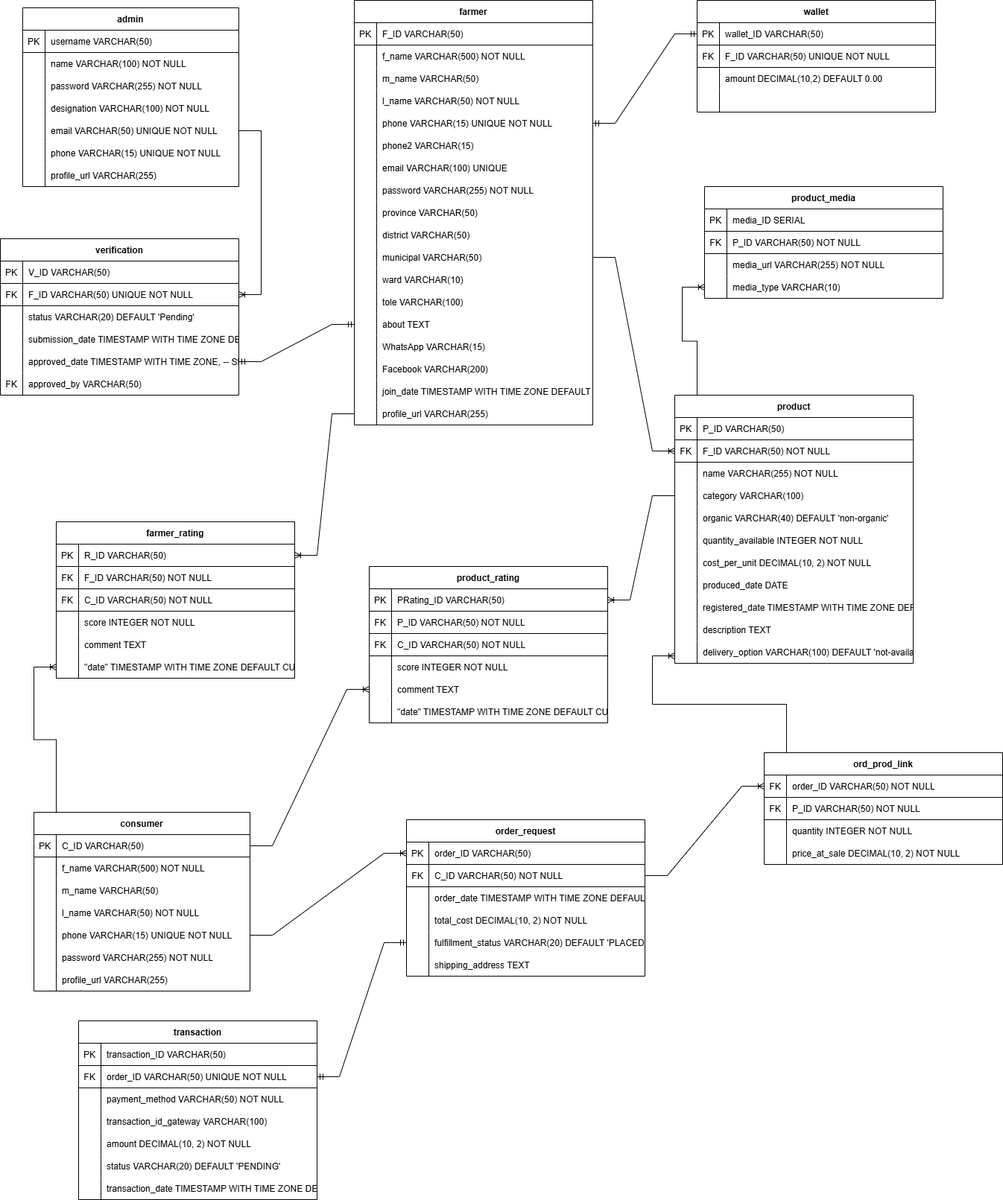
RmnRj/Farmo-Doc keeps this draw.io diagram as IMG/schemaDiagram.png. Above is the earlier version. Source tidied: cells renumbered, new cells last; positions are measured from the earlier drawing's top-left corner, leaving out a move shared by most shapes.
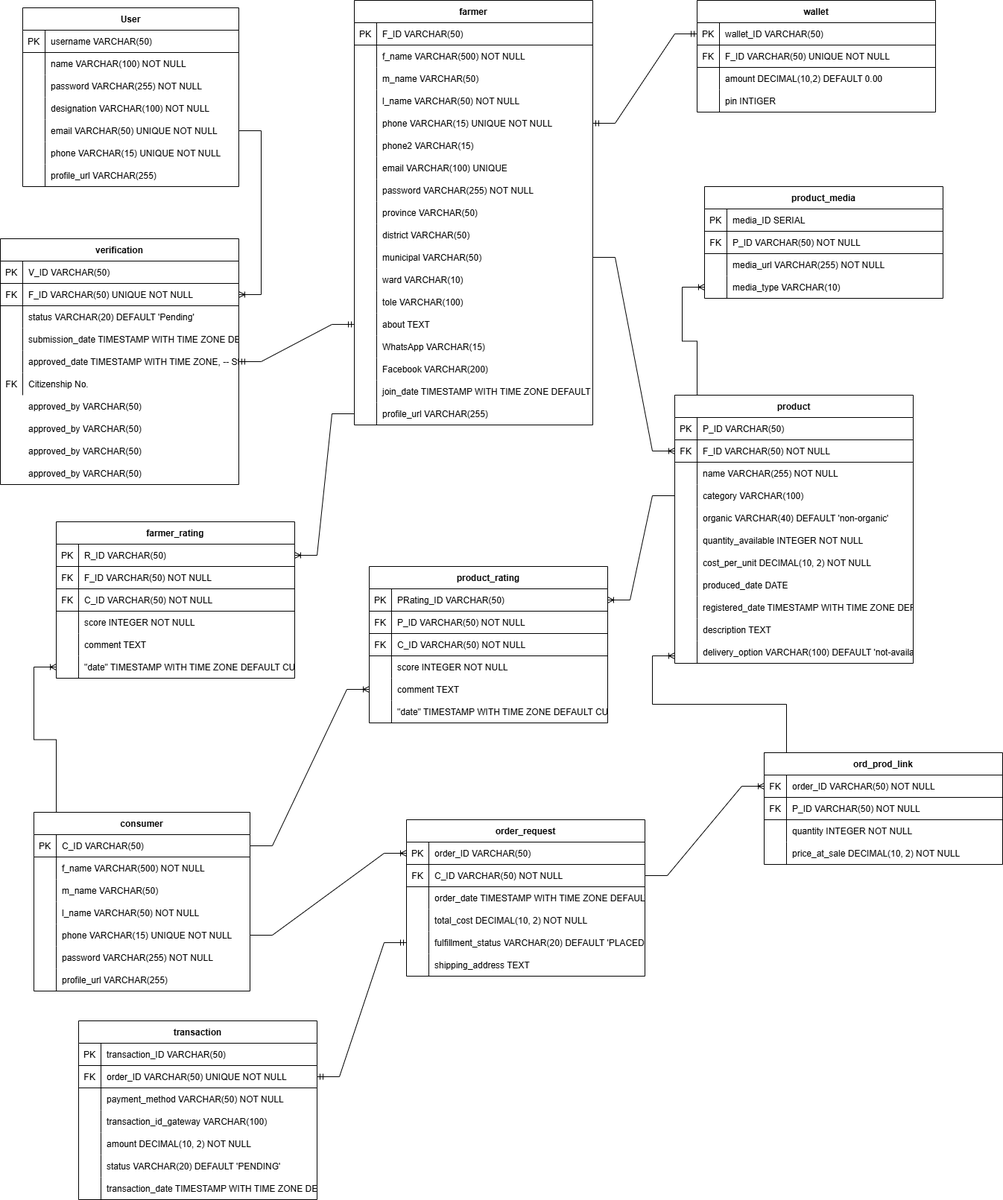
The same file after the commit.

Commit message:
Updating Schema Diagram

Change to the diagram source:
```diff
@@ -2,7 +2,7 @@
   <root>
     <mxCell id="0" />
     <mxCell id="1" parent="0" />
-    <mxCell id="2" value="admin" style="shape=table;startSize=30;rowLines=0;fontStyle=1;align=center;" parent="1" vertex="1">
+    <mxCell id="2" value="User" style="shape=table;startSize=30;rowLines=0;fontStyle=1;align=center;" parent="1" vertex="1">
       <mxGeometry x="30" y="10" width="290" height="240" as="geometry" />
     </mxCell>
     <mxCell id="3" style="shape=tableRow;horizontal=0;startSize=0;swimlaneHead=0;swimlaneBody=0;fillColor=none;strokeColor=inherit;top=0;left=0;right=0;bottom=1;fontStyle=0;" parent="2" vertex="1">
@@ -335,11 +335,11 @@
     <mxCell id="112" style="shape=partialRectangle;overflow=hidden;fillColor=none;strokeColor=inherit;top=0;left=0;bottom=0;right=0;" parent="111" vertex="1">
       <mxGeometry width="30" height="30" as="geometry" />
     </mxCell>
-    <mxCell id="113" style="shape=partialRectangle;overflow=hidden;fillColor=none;align=left;strokeColor=inherit;top=0;left=0;bottom=0;right=0;spacingLeft=6;" parent="111" vertex="1">
+    <mxCell id="113" value="pin INTIGER " style="shape=partialRectangle;overflow=hidden;fillColor=none;align=left;strokeColor=inherit;top=0;left=0;bottom=0;right=0;spacingLeft=6;" parent="111" vertex="1">
       <mxGeometry x="30" width="290" height="30" as="geometry" />
     </mxCell>
     <mxCell id="114" value="verification" style="shape=table;startSize=30;rowLines=0;fontStyle=1;align=center;" parent="1" vertex="1">
-      <mxGeometry y="320" width="320" height="210" as="geometry" />
+      <mxGeometry y="320" width="320" height="330" as="geometry" />
     </mxCell>
     <mxCell id="115" style="shape=tableRow;horizontal=0;startSize=0;swimlaneHead=0;swimlaneBody=0;fillColor=none;strokeColor=inherit;top=0;left=0;right=0;bottom=1;" parent="114" vertex="1">
       <mxGeometry y="30" width="320" height="30" as="geometry" />
@@ -392,7 +392,7 @@
     <mxCell id="131" value="FK" style="shape=partialRectangle;overflow=hidden;fillColor=none;strokeColor=inherit;top=0;left=0;bottom=0;right=0;" parent="130" vertex="1">
       <mxGeometry width="30" height="30" as="geometry" />
     </mxCell>
-    <mxCell id="132" value="approved_by VARCHAR(50)" style="shape=partialRectangle;overflow=hidden;fillColor=none;align=left;strokeColor=inherit;top=0;left=0;bottom=0;right=0;spacingLeft=6;" parent="130" vertex="1">
+    <mxCell id="132" value="Citizenship No." style="shape=partialRectangle;overflow=hidden;fillColor=none;align=left;strokeColor=inherit;top=0;left=0;bottom=0;right=0;spacingLeft=6;" parent="130" vertex="1">
       <mxGeometry x="30" width="290" height="30" as="geometry" />
     </mxCell>
     <mxCell id="133" value="product" style="shape=table;startSize=30;rowLines=0;fontStyle=1;align=center;" parent="1" vertex="1">
@@ -853,5 +853,17 @@
     <mxCell id="284" style="edgeStyle=entityRelationEdgeStyle;fontSize=12;html=1;endArrow=ERoneToMany;rounded=0;entryX=0;entryY=0.5;entryDx=0;entryDy=0;exitX=1;exitY=0.5;exitDx=0;exitDy=0;" parent="1" edge="1" source="92" target="181">
       <mxGeometry relative="1" as="geometry" />
     </mxCell>
+    <mxCell id="285" value="approved_by VARCHAR(50)" style="shape=partialRectangle;overflow=hidden;fillColor=none;align=left;strokeColor=inherit;top=0;left=0;bottom=0;right=0;spacingLeft=6;" parent="1" vertex="1">
+      <mxGeometry x="30" y="530" width="290" height="30" as="geometry" />
+    </mxCell>
+    <mxCell id="286" value="approved_by VARCHAR(50)" style="shape=partialRectangle;overflow=hidden;fillColor=none;align=left;strokeColor=inherit;top=0;left=0;bottom=0;right=0;spacingLeft=6;" parent="1" vertex="1">
+      <mxGeometry x="30" y="560" width="290" height="30" as="geometry" />
+    </mxCell>
+    <mxCell id="287" value="approved_by VARCHAR(50)" style="shape=partialRectangle;overflow=hidden;fillColor=none;align=left;strokeColor=inherit;top=0;left=0;bottom=0;right=0;spacingLeft=6;" parent="1" vertex="1">
+      <mxGeometry x="30" y="590" width="290" height="30" as="geometry" />
+    </mxCell>
+    <mxCell id="288" value="approved_by VARCHAR(50)" style="shape=partialRectangle;overflow=hidden;fillColor=none;align=left;strokeColor=inherit;top=0;left=0;bottom=0;right=0;spacingLeft=6;" parent="1" vertex="1">
+      <mxGeometry x="30" y="620" width="290" height="30" as="geometry" />
+    </mxCell>
   </root>
 </mxGraphModel>
```
